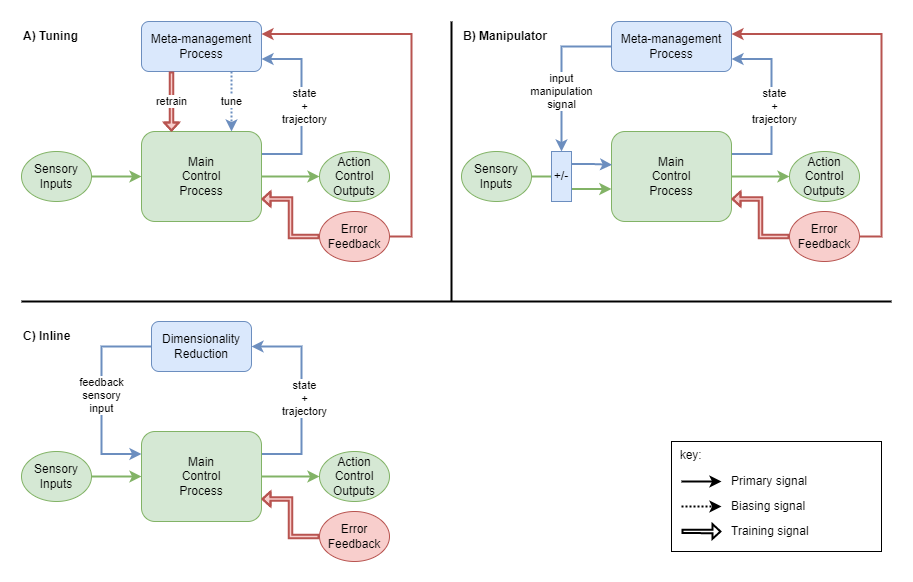
Earlier version of the draw.io export files/A-coherent-theory-v1-mm-architectures.drawio.png (malcolmlett/malcolmlett.github.io). Source tidied: cells renumbered, new cells last; positions are measured from the earlier drawing's top-left corner, leaving out a move shared by most shapes.
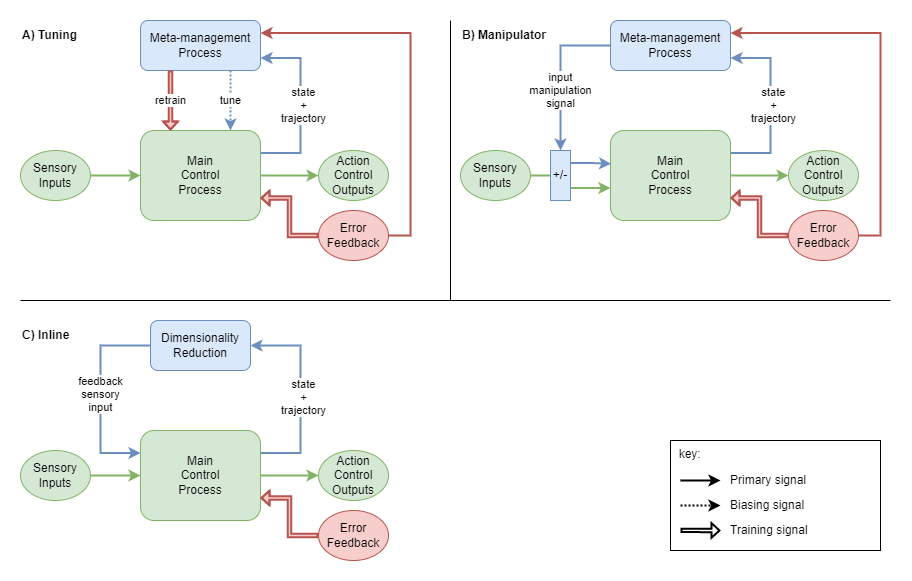
The same diagram one commit later.

Diff of the diagram source:
```diff
@@ -108,7 +108,7 @@
     <mxCell id="26" value="B) Manipulator" style="text;html=1;strokeColor=none;fillColor=none;align=left;verticalAlign=middle;whiteSpace=wrap;rounded=0;fontStyle=1;" parent="1" vertex="1">
       <mxGeometry x="440" width="100" height="30" as="geometry" />
     </mxCell>
-    <mxCell id="27" style="endArrow=none;html=1;rounded=0;strokeWidth=2;" parent="1" edge="1">
+    <mxCell id="27" style="endArrow=none;html=1;rounded=0;strokeWidth=1;" parent="1" edge="1">
       <mxGeometry relative="1" as="geometry">
         <mxPoint x="430" y="280" as="sourcePoint" />
         <mxPoint x="430" as="targetPoint" />
@@ -172,7 +172,7 @@
     <mxCell id="39" value="Biasing signal" style="text;html=1;strokeColor=none;fillColor=none;align=left;verticalAlign=middle;whiteSpace=wrap;rounded=0;" parent="1" vertex="1">
       <mxGeometry x="708" y="475" width="102" height="20" as="geometry" />
     </mxCell>
-    <mxCell id="40" style="endArrow=none;html=1;rounded=0;strokeWidth=2;" parent="1" edge="1">
+    <mxCell id="40" style="endArrow=none;html=1;rounded=0;strokeWidth=1;" parent="1" edge="1">
       <mxGeometry relative="1" as="geometry">
         <mxPoint x="870" y="280" as="sourcePoint" />
         <mxPoint y="280" as="targetPoint" />
```
